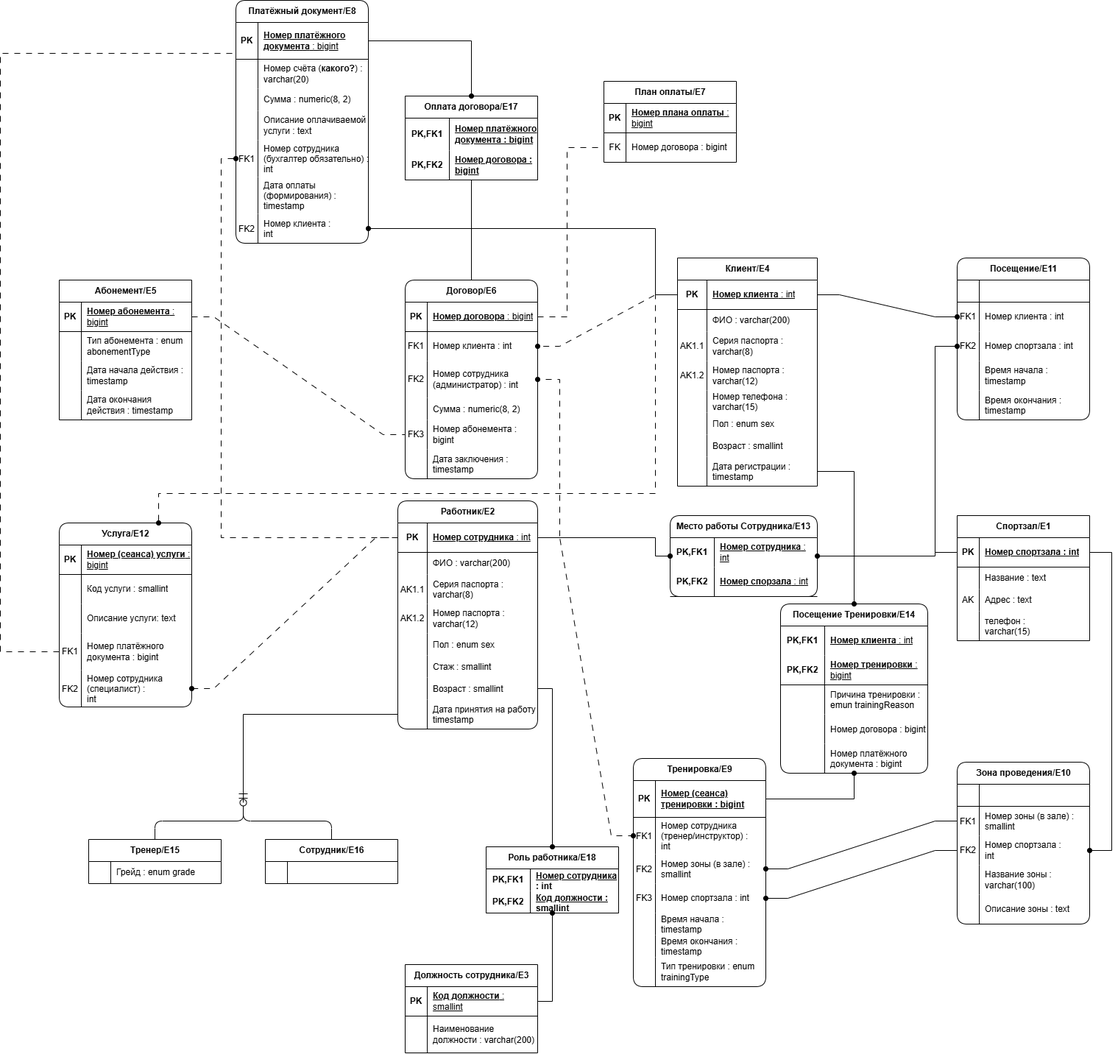
This is FA-diagram.drawio.png from io-nik/bd, a draw.io export, as it was before one commit. Source tidied: cells renumbered, new cells last; positions are measured from the earlier drawing's top-left corner, leaving out a move shared by most shapes.
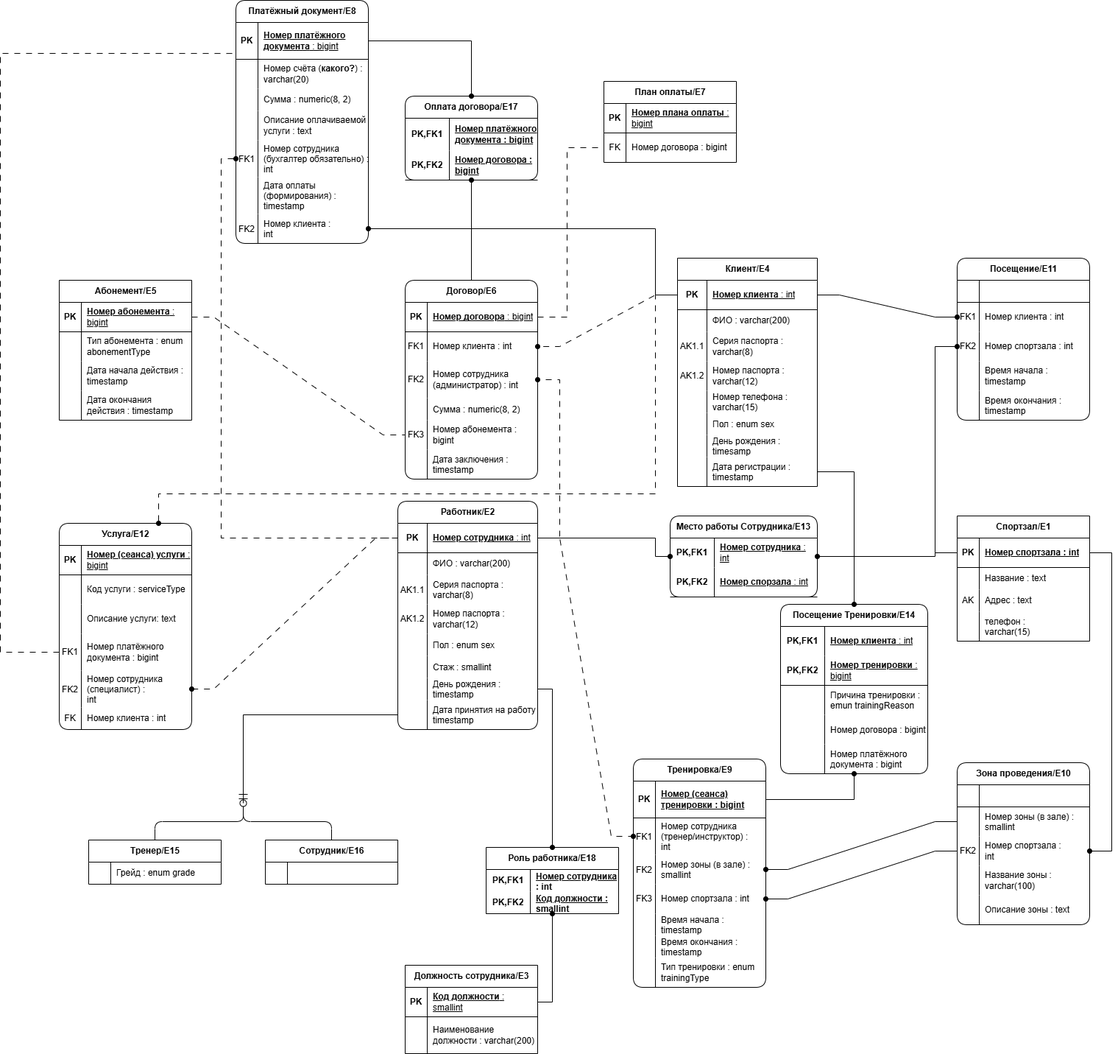
Above is the later version.

Commit message:
Commit changes in DB, datamaker & FA-diagram

Добавил номер клиента в сущность Услуга в соответствии с ТЗ
Обновление FA-диаграммы
Обновил генерацию данных для обновлённой БД. В частности, добавил не до конца оплаченные платёжные планы.

Change to the diagram source:
```diff
@@ -104,7 +104,7 @@
     <mxCell id="35" style="shape=partialRectangle;fillColor=none;top=0;left=0;bottom=0;right=0;overflow=hidden;" parent="34" vertex="1">
       <mxGeometry width="40" height="30" as="geometry" />
     </mxCell>
-    <mxCell id="36" value="Возраст : smallint" style="shape=partialRectangle;fillColor=none;top=0;left=0;bottom=0;right=0;align=left;spacingLeft=6;overflow=hidden;" parent="34" vertex="1">
+    <mxCell id="36" value="День рождения : &#10;timestamp" style="shape=partialRectangle;fillColor=none;top=0;left=0;bottom=0;right=0;align=left;spacingLeft=6;overflow=hidden;" parent="34" vertex="1">
       <mxGeometry x="40" width="150" height="30" as="geometry" />
     </mxCell>
     <mxCell id="37" style="shape=tableRow;horizontal=0;startSize=0;swimlaneHead=0;swimlaneBody=0;fillColor=none;points=[[0,0.5],[1,0.5]];portConstraint=eastwest;top=0;left=0;right=0;bottom=0;" parent="15" vertex="1">
@@ -236,7 +236,7 @@
     <mxCell id="79" style="shape=partialRectangle;fillColor=none;top=0;left=0;bottom=0;right=0;overflow=hidden;" parent="78" vertex="1">
       <mxGeometry width="40" height="30" as="geometry" />
     </mxCell>
-    <mxCell id="80" value="Возраст : smallint" style="shape=partialRectangle;fillColor=none;top=0;left=0;bottom=0;right=0;align=left;spacingLeft=6;overflow=hidden;" parent="78" vertex="1">
+    <mxCell id="80" value="День рождения : &#10;timesamp" style="shape=partialRectangle;fillColor=none;top=0;left=0;bottom=0;right=0;align=left;spacingLeft=6;overflow=hidden;" parent="78" vertex="1">
       <mxGeometry x="40" width="150" height="30" as="geometry" />
     </mxCell>
     <mxCell id="81" style="shape=tableRow;horizontal=0;startSize=0;swimlaneHead=0;swimlaneBody=0;fillColor=none;points=[[0,0.5],[1,0.5]];portConstraint=eastwest;top=0;left=0;right=0;bottom=0;" parent="59" vertex="1">
@@ -329,7 +329,7 @@
     <mxCell id="110" style="shape=tableRow;horizontal=0;startSize=0;swimlaneHead=0;swimlaneBody=0;fillColor=none;points=[[0,0.5],[1,0.5]];portConstraint=eastwest;top=0;left=0;right=0;bottom=0;" parent="106" vertex="1">
       <mxGeometry y="60" width="180" height="40" as="geometry" />
     </mxCell>
-    <mxCell id="111" value="FK1" style="shape=partialRectangle;fillColor=none;top=0;left=0;bottom=0;right=0;overflow=hidden;" parent="110" vertex="1">
+    <mxCell id="111" style="shape=partialRectangle;fillColor=none;top=0;left=0;bottom=0;right=0;overflow=hidden;" parent="110" vertex="1">
       <mxGeometry width="30" height="40" as="geometry" />
     </mxCell>
     <mxCell id="112" value="Номер зоны (в зале) :&#10;smallint" style="shape=partialRectangle;fillColor=none;top=0;left=0;bottom=0;right=0;align=left;spacingLeft=6;overflow=hidden;" parent="110" vertex="1">
@@ -561,7 +561,7 @@
       <mxGeometry x="30" width="150" height="40" as="geometry" />
     </mxCell>
     <mxCell id="188" value="Услуга/E12" style="shape=table;startSize=30;rowLines=0;fontStyle=1;align=center;html=1;rounded=1;" parent="1" vertex="1">
-      <mxGeometry x="80" y="710" width="180" height="250" as="geometry" />
+      <mxGeometry x="80" y="710" width="180" height="280" as="geometry" />
     </mxCell>
     <mxCell id="189" style="shape=tableRow;horizontal=0;startSize=0;swimlaneHead=0;swimlaneBody=0;fillColor=none;top=0;left=0;right=0;bottom=1;" parent="188" vertex="1">
       <mxGeometry y="30" width="180" height="40" as="geometry" />
@@ -578,7 +578,7 @@
     <mxCell id="193" style="shape=partialRectangle;fillColor=none;top=0;left=0;bottom=0;right=0;overflow=hidden;whiteSpace=wrap;html=1;" parent="192" vertex="1">
       <mxGeometry width="30" height="40" as="geometry" />
     </mxCell>
-    <mxCell id="194" value="Код услуги&amp;nbsp;: smallint" style="shape=partialRectangle;fillColor=none;top=0;left=0;bottom=0;right=0;align=left;spacingLeft=6;overflow=hidden;whiteSpace=wrap;html=1;" parent="192" vertex="1">
+    <mxCell id="194" value="Код услуги&amp;nbsp;: serviceType" style="shape=partialRectangle;fillColor=none;top=0;left=0;bottom=0;right=0;align=left;spacingLeft=6;overflow=hidden;whiteSpace=wrap;html=1;" parent="192" vertex="1">
       <mxGeometry x="30" width="150" height="40" as="geometry" />
     </mxCell>
     <mxCell id="195" style="shape=tableRow;horizontal=0;startSize=0;swimlaneHead=0;swimlaneBody=0;fillColor=none;top=0;left=0;right=0;bottom=0;" parent="188" vertex="1">
@@ -608,6 +608,15 @@
     <mxCell id="203" value="Номер сотрудника&#10;(специалист) : &#10;int" style="shape=partialRectangle;fillColor=none;top=0;left=0;bottom=0;right=0;align=left;spacingLeft=6;overflow=hidden;" parent="201" vertex="1">
       <mxGeometry x="30" width="150" height="50" as="geometry" />
     </mxCell>
+    <mxCell id="274" style="shape=tableRow;horizontal=0;startSize=0;swimlaneHead=0;swimlaneBody=0;fillColor=none;top=0;left=0;right=0;bottom=0;" parent="188" vertex="1">
+      <mxGeometry y="250" width="180" height="30" as="geometry" />
+    </mxCell>
+    <mxCell id="275" value="FK" style="shape=partialRectangle;fillColor=none;top=0;left=0;bottom=0;right=0;fontStyle=0;overflow=hidden;whiteSpace=wrap;html=1;" parent="274" vertex="1">
+      <mxGeometry width="30" height="30" as="geometry" />
+    </mxCell>
+    <mxCell id="276" value="Номер клиента : int" style="shape=partialRectangle;fillColor=none;top=0;left=0;bottom=0;right=0;align=left;spacingLeft=6;fontStyle=0;overflow=hidden;whiteSpace=wrap;html=1;" parent="274" vertex="1">
+      <mxGeometry x="30" width="150" height="30" as="geometry" />
+    </mxCell>
     <mxCell id="204" style="edgeStyle=entityRelationEdgeStyle;fontSize=12;html=1;endArrow=oval;rounded=0;entryX=0;entryY=0.5;entryDx=0;entryDy=0;exitX=1;exitY=0.5;exitDx=0;exitDy=0;endFill=1;" parent="1" edge="1" source="60" target="127">
       <mxGeometry relative="1" as="geometry" />
     </mxCell>
@@ -865,7 +874,7 @@
         </Array>
       </mxGeometry>
     </mxCell>
-    <mxCell id="265" value="Оплата договора/E17" style="shape=table;startSize=30;rowLines=0;fontStyle=1;align=center;html=1;whiteSpace=wrap;" parent="1" vertex="1">
+    <mxCell id="265" value="Оплата договора/E17" style="shape=table;startSize=30;rowLines=0;fontStyle=1;align=center;html=1;whiteSpace=wrap;rounded=1;" parent="1" vertex="1">
       <mxGeometry x="550" y="130" width="180" height="114" as="geometry" />
     </mxCell>
     <mxCell id="266" style="shape=tableRow;horizontal=0;startSize=0;swimlaneHead=0;swimlaneBody=0;fillColor=none;top=0;left=0;right=0;bottom=0;html=1;" parent="265" vertex="1">
@@ -893,7 +902,7 @@
         </Array>
       </mxGeometry>
     </mxCell>
-    <mxCell id="273" style="endArrow=none;html=1;rounded=0;exitX=0.5;exitY=1;exitDx=0;exitDy=0;entryX=0.5;entryY=0;entryDx=0;entryDy=0;" parent="1" edge="1" source="265" target="40">
+    <mxCell id="273" style="endArrow=none;html=1;rounded=0;exitX=0.5;exitY=1;exitDx=0;exitDy=0;entryX=0.5;entryY=0;entryDx=0;entryDy=0;endFill=0;startArrow=oval;startFill=1;" parent="1" edge="1" source="265" target="40">
       <mxGeometry relative="1" as="geometry" />
     </mxCell>
   </root>
```
